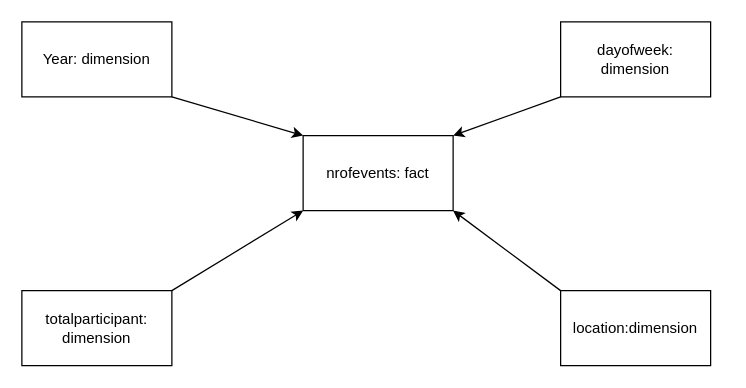
Before: DPV/Assignments/Assignment1_1.drawio in MSPingel/DataScience, a draw.io diagram. Source tidied: cells renumbered, new cells numbered last; positions are measured from the earlier drawing's top-left corner, leaving out a move shared by most shapes. Both pictures are drawn from the tidied source at 125%, with x=0, y=0 at pixel (21, 21).
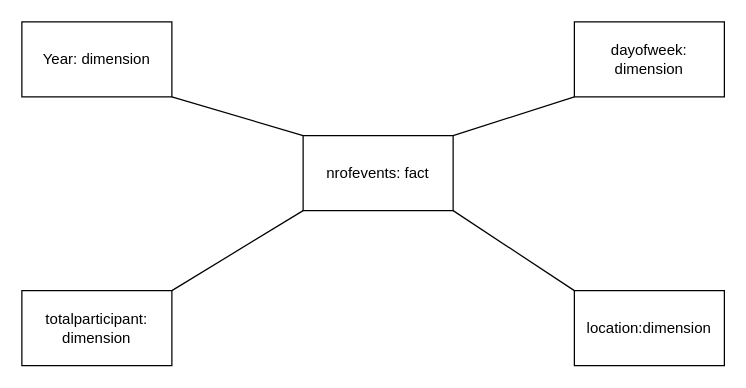
After the change.

Commit message (it also covers changes not shown here):
- Added Assignment 1.2 - Corrected Assignment 1.1 (relationship type) - Added screenshot version of 1.1 and 1.2

What changed in the source:
```diff
@@
 <mxGraphModel>
   <root>
     <mxCell id="0" />
     <mxCell id="1" parent="0" />
     <mxCell id="2" value="Year: dimension" style="rounded=0;whiteSpace=wrap;html=1;" parent="1" vertex="1">
       <mxGeometry width="120" height="60" as="geometry" />
     </mxCell>
     <mxCell id="3" value="dayofweek: dimension" style="rounded=0;whiteSpace=wrap;html=1;" parent="1" vertex="1">
-      <mxGeometry x="431" width="120" height="60" as="geometry" />
+      <mxGeometry x="442" width="120" height="60" as="geometry" />
     </mxCell>
     <mxCell id="4" value="totalparticipant: dimension" style="rounded=0;whiteSpace=wrap;html=1;" parent="1" vertex="1">
       <mxGeometry y="215" width="120" height="60" as="geometry" />
     </mxCell>
     <mxCell id="5" value="location:dimension" style="rounded=0;whiteSpace=wrap;html=1;" parent="1" vertex="1">
-      <mxGeometry x="431" y="215" width="120" height="60" as="geometry" />
+      <mxGeometry x="442" y="215" width="120" height="60" as="geometry" />
     </mxCell>
     <mxCell id="6" value="nrofevents: fact" style="rounded=0;whiteSpace=wrap;html=1;" parent="1" vertex="1">
       <mxGeometry x="225" y="91" width="120" height="60" as="geometry" />
     </mxCell>
-    <mxCell id="7" style="endArrow=classic;html=1;entryX=0;entryY=0;entryDx=0;entryDy=0;exitX=1;exitY=1;exitDx=0;exitDy=0;" parent="1" edge="1" source="2" target="6">
+    <mxCell id="7" style="endArrow=none;html=1;exitX=1;exitY=1;exitDx=0;exitDy=0;entryX=0;entryY=0;entryDx=0;entryDy=0;" parent="1" edge="1" source="2" target="6">
       <mxGeometry relative="1" as="geometry" />
     </mxCell>
-    <mxCell id="8" style="endArrow=classic;html=1;entryX=0;entryY=1;entryDx=0;entryDy=0;exitX=1;exitY=0;exitDx=0;exitDy=0;" parent="1" edge="1" source="4" target="6">
+    <mxCell id="8" style="endArrow=none;html=1;exitX=1;exitY=0;exitDx=0;exitDy=0;entryX=0;entryY=1;entryDx=0;entryDy=0;" parent="1" edge="1" source="4" target="6">
       <mxGeometry relative="1" as="geometry" />
     </mxCell>
-    <mxCell id="9" style="endArrow=classic;html=1;exitX=0;exitY=1;exitDx=0;exitDy=0;entryX=1;entryY=0;entryDx=0;entryDy=0;" parent="1" edge="1" source="3" target="6">
-      <mxGeometry relative="1" as="geometry" />
-    </mxCell>
-    <mxCell id="10" style="endArrow=classic;html=1;exitX=0;exitY=0;exitDx=0;exitDy=0;entryX=1;entryY=1;entryDx=0;entryDy=0;" parent="1" edge="1" source="5" target="6">
-      <mxGeometry relative="1" as="geometry" />
-    </mxCell>
+    <mxCell id="11" style="endArrow=none;html=1;exitX=1;exitY=0;exitDx=0;exitDy=0;entryX=0;entryY=1;entryDx=0;entryDy=0;" parent="1" edge="1" source="6" target="3">
+      <mxGeometry relative="1" as="geometry" />
+    </mxCell>
+    <mxCell id="12" style="endArrow=none;html=1;exitX=1;exitY=1;exitDx=0;exitDy=0;entryX=0;entryY=0;entryDx=0;entryDy=0;" parent="1" edge="1" source="6" target="5">
+      <mxGeometry relative="1" as="geometry" />
+    </mxCell>
   </root>
 </mxGraphModel>
```
